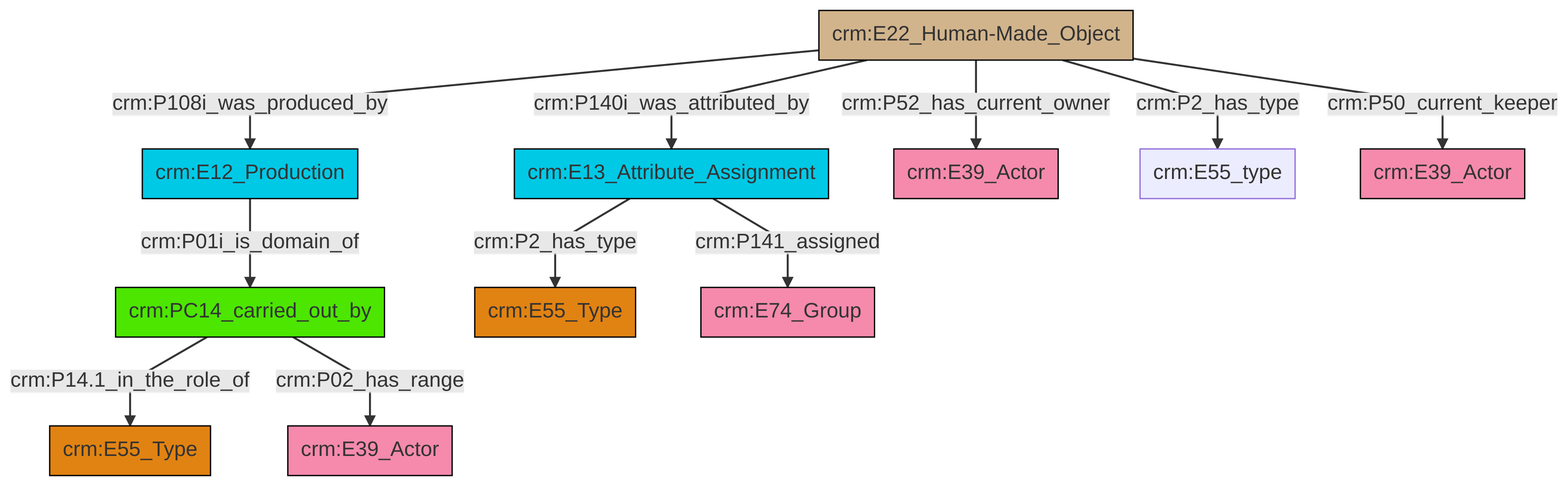
The Mermaid diagram et/artworkCSV/ttl/mmd/png/Artwork_Actor_Relations.png in swiss-art-research-net/reference-data-models, before a commit. Its source is kept beside it as et/artworkCSV/ttl/mmd/Artwork_Actor_Relations.ttl.mmd.
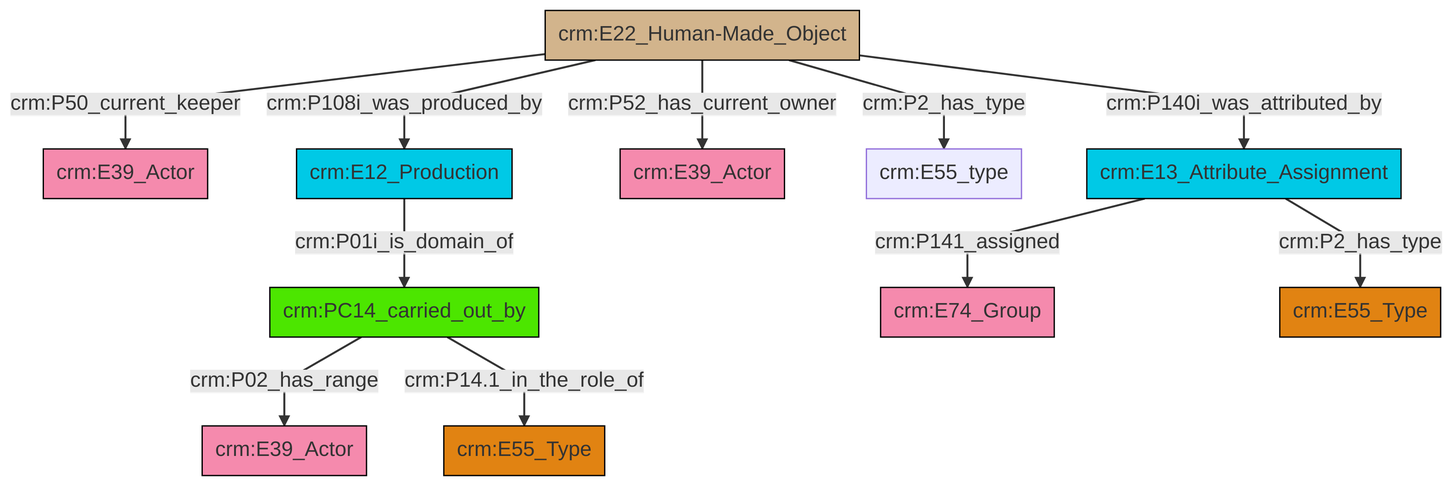
Above is the later version.

What changed in the source:
```diff
@@ -13,13 +13,13 @@
 classDef PC_Classes fill:#4ce600, stroke:#000000;
 classDef Multi fill:#cccccc,stroke:#000000;
 
-4["crm:E22_Human-Made_Object"]:::Physical_Thing -->|crm:P108i_was_produced_by| 5["crm:E12_Production"]:::Temporal_Entity
-5["crm:E12_Production"]:::Temporal_Entity -->|crm:P01i_is_domain_of| 6["crm:PC14_carried_out_by"]:::PC_Classes
-12["crm:E13_Attribute_Assignment"]:::Temporal_Entity -->|crm:P2_has_type| 0["crm:E55_Type"]:::Type
-4["crm:E22_Human-Made_Object"]:::Physical_Thing -->|crm:P140i_was_attributed_by| 12["crm:E13_Attribute_Assignment"]:::Temporal_Entity
-4["crm:E22_Human-Made_Object"]:::Physical_Thing -->|crm:P52_has_current_owner| 2["crm:E39_Actor"]:::Actor
-12["crm:E13_Attribute_Assignment"]:::Temporal_Entity -->|crm:P141_assigned| 15["crm:E74_Group"]:::Actor
-4["crm:E22_Human-Made_Object"]:::Physical_Thing -->|crm:P2_has_type| 20["crm:E55_type"]:::Default
-6["crm:PC14_carried_out_by"]:::PC_Classes -->|crm:P14.1_in_the_role_of| 7["crm:E55_Type"]:::Type
-4["crm:E22_Human-Made_Object"]:::Physical_Thing -->|crm:P50_current_keeper| 17["crm:E39_Actor"]:::Actor
-6["crm:PC14_carried_out_by"]:::PC_Classes -->|crm:P02_has_range| 10["crm:E39_Actor"]:::Actor
+0["crm:E22_Human-Made_Object"]:::Physical_Thing -->|crm:P50_current_keeper| 1["crm:E39_Actor"]:::Actor
+2["crm:E13_Attribute_Assignment"]:::Temporal_Entity -->|crm:P141_assigned| 3["crm:E74_Group"]:::Actor
+0["crm:E22_Human-Made_Object"]:::Physical_Thing -->|crm:P108i_was_produced_by| 4["crm:E12_Production"]:::Temporal_Entity
+5["crm:PC14_carried_out_by"]:::PC_Classes -->|crm:P02_has_range| 6["crm:E39_Actor"]:::Actor
+0["crm:E22_Human-Made_Object"]:::Physical_Thing -->|crm:P52_has_current_owner| 11["crm:E39_Actor"]:::Actor
+2["crm:E13_Attribute_Assignment"]:::Temporal_Entity -->|crm:P2_has_type| 7["crm:E55_Type"]:::Type
+5["crm:PC14_carried_out_by"]:::PC_Classes -->|crm:P14.1_in_the_role_of| 14["crm:E55_Type"]:::Type
+4["crm:E12_Production"]:::Temporal_Entity -->|crm:P01i_is_domain_of| 5["crm:PC14_carried_out_by"]:::PC_Classes
+0["crm:E22_Human-Made_Object"]:::Physical_Thing -->|crm:P2_has_type| 9["crm:E55_type"]:::Default
+0["crm:E22_Human-Made_Object"]:::Physical_Thing -->|crm:P140i_was_attributed_by| 2["crm:E13_Attribute_Assignment"]:::Temporal_Entity
```
